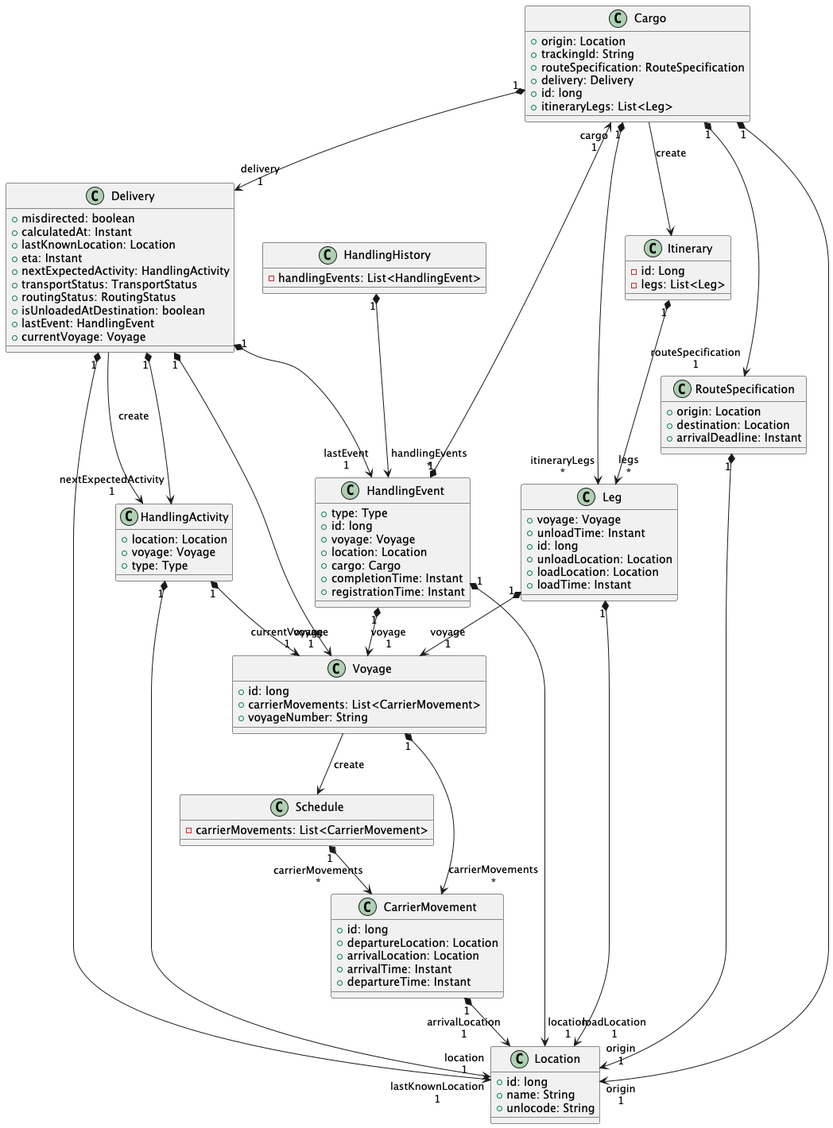
Above: doc/dddsample.png in c5ms/dddsample-core (PlantUML), before the change.
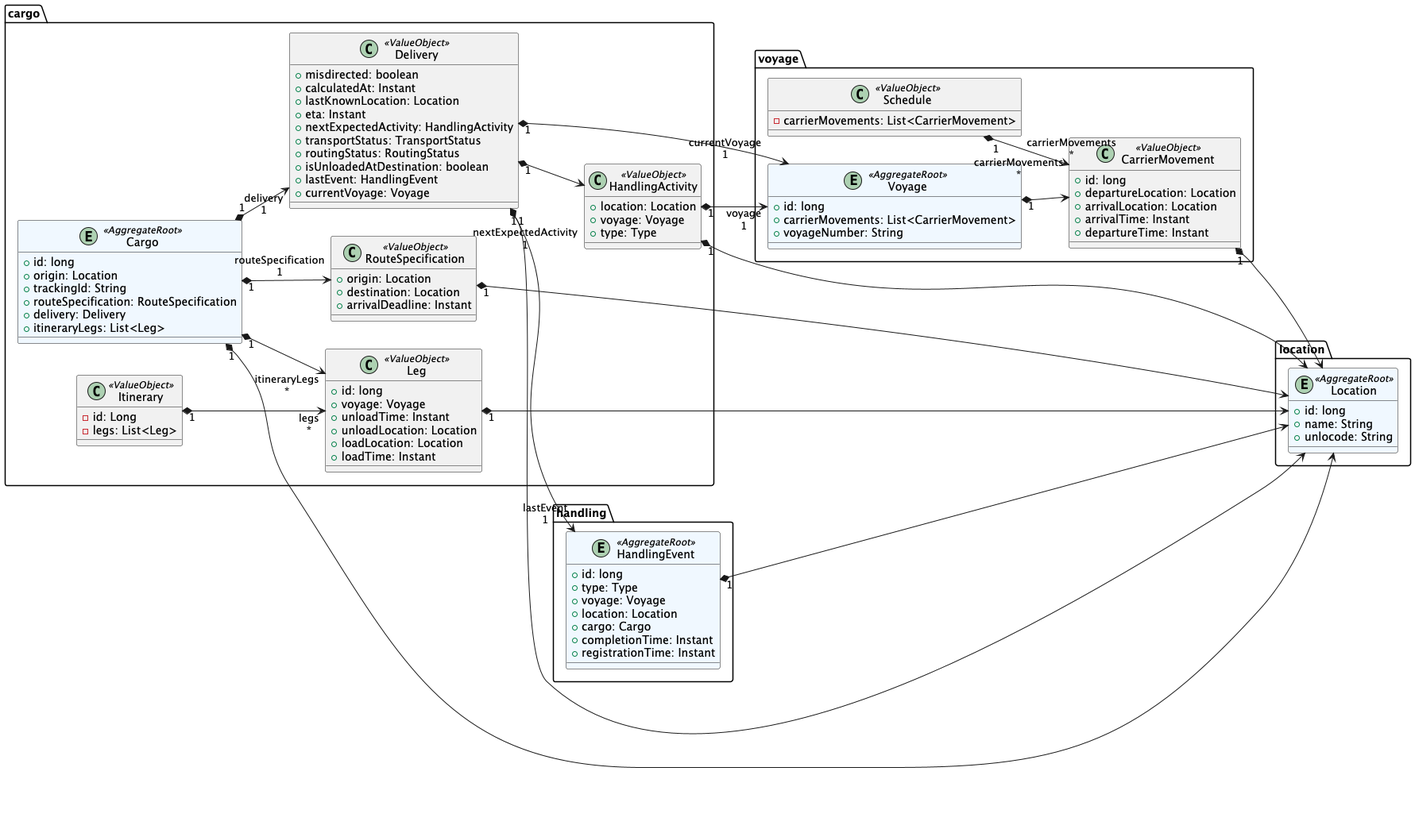
Above is the later version.

Commit message:
temp submit

The edit, as a diff of the source:
```diff
@@ -1,106 +1,125 @@
 @startuml
 
 top to bottom direction
+left to right direction
 
-class Cargo {
-  + origin: Location
-  + trackingId: String
-  + routeSpecification: RouteSpecification
-  + delivery: Delivery
-  + id: long
-  + itineraryLegs: List<Leg>
-}
-class CarrierMovement {
-  + id: long
-  + departureLocation: Location
-  + arrivalLocation: Location
-  + arrivalTime: Instant
-  + departureTime: Instant
-}
-class Delivery {
-  + misdirected: boolean
-  + calculatedAt: Instant
-  + lastKnownLocation: Location
-  + eta: Instant
-  + nextExpectedActivity: HandlingActivity
-  + transportStatus: TransportStatus
-  + routingStatus: RoutingStatus
-  + isUnloadedAtDestination: boolean
-  + lastEvent: HandlingEvent
-  + currentVoyage: Voyage
-}
-class HandlingActivity {
-  + location: Location
-  + voyage: Voyage
-  + type: Type
-}
-class HandlingEvent {
-  + type: Type
-  + id: long
-  + voyage: Voyage
-  + location: Location
-  + cargo: Cargo
-  + completionTime: Instant
-  + registrationTime: Instant
-}
-class HandlingHistory {
-  - handlingEvents: List<HandlingEvent>
-}
-class Itinerary {
-  - id: Long
-  - legs: List<Leg>
-}
-class Leg {
-  + voyage: Voyage
-  + unloadTime: Instant
-  + id: long
-  + unloadLocation: Location
-  + loadLocation: Location
-  + loadTime: Instant
-}
-class RouteSpecification {
-  + origin: Location
-  + destination: Location
-  + arrivalDeadline: Instant
-}
-class Schedule {
-  - carrierMovements: List<CarrierMovement>
+package cargo{
+
+    entity Cargo <<AggregateRoot>> #aliceblue {
+      + id: long
+      + origin: Location
+      + trackingId: String
+      + routeSpecification: RouteSpecification
+      + delivery: Delivery
+      + itineraryLegs: List<Leg>
+    }
+
+    class RouteSpecification  <<ValueObject>>  {
+      + origin: Location
+      + destination: Location
+      + arrivalDeadline: Instant
+    }
+
+
+    class Itinerary <<ValueObject>>  {
+      - id: Long
+      - legs: List<Leg>
+    }
+
+   class Leg   <<ValueObject>> {
+      + id: long
+      + voyage: Voyage
+      + unloadTime: Instant
+      + unloadLocation: Location
+      + loadLocation: Location
+      + loadTime: Instant
+    }
+
+    class Delivery    <<ValueObject>> {
+      + misdirected: boolean
+      + calculatedAt: Instant
+      + lastKnownLocation: Location
+      + eta: Instant
+      + nextExpectedActivity: HandlingActivity
+      + transportStatus: TransportStatus
+      + routingStatus: RoutingStatus
+      + isUnloadedAtDestination: boolean
+      + lastEvent: HandlingEvent
+      + currentVoyage: Voyage
+    }
+
+
+
+  class HandlingActivity    <<ValueObject>> {
+      + location: Location
+      + voyage: Voyage
+      + type: Type
+    }
+
 }
 
-class Location {
-  + id: long
-  + name: String
-  + unlocode: String
+package handling{
+
+    entity HandlingEvent <<AggregateRoot>> #aliceblue {
+      + id: long
+      + type: Type
+      + voyage: Voyage
+      + location: Location
+      + cargo: Cargo
+      + completionTime: Instant
+      + registrationTime: Instant
+    }
+
 }
 
-class Voyage {
-  + id: long
-  + carrierMovements: List<CarrierMovement>
-  + voyageNumber: String
+
+package voyage{
+    entity Voyage  <<AggregateRoot>> #aliceblue {
+      + id: long
+      + carrierMovements: List<CarrierMovement>
+      + voyageNumber: String
+    }
+
+    class CarrierMovement   <<ValueObject>>  {
+      + id: long
+      + departureLocation: Location
+      + arrivalLocation: Location
+      + arrivalTime: Instant
+      + departureTime: Instant
+    }
+
+    class Schedule   <<ValueObject>>  {
+      - carrierMovements: List<CarrierMovement>
+    }
+
 }
 
+package location{
+    entity Location  <<AggregateRoot>> #aliceblue {
+      + id: long
+      + name: String
+      + unlocode: String
+    }
+}
+
+
+
+Cargo              "1" *--> "routeSpecification\n1" RouteSpecification
 Cargo              "1" *--> "delivery\n1" Delivery
-Cargo               -->  Itinerary          : "«create»"
 Cargo              "1" *--> "itineraryLegs\n*" Leg
-Cargo              "1" *--> "origin\n1" Location
-Cargo              "1" *--> "routeSpecification\n1" RouteSpecification
-CarrierMovement    "1" *--> "arrivalLocation\n1" Location
-Delivery            -->  HandlingActivity   : "«create»"
+Cargo              "1" *-->  Location
 Delivery           "1" *--> "nextExpectedActivity\n1" HandlingActivity
+Delivery           "1" *-->  Location
+Delivery           "1" *--> "currentVoyage\n1" Voyage
 Delivery           "1" *--> "lastEvent\n1" HandlingEvent
-Delivery           "1" *--> "lastKnownLocation\n1" Location
-Delivery           "1" *--> "currentVoyage\n1" Voyage
-HandlingActivity   "1" *--> "location\n1" Location
+HandlingActivity   "1" *-->  Location
 HandlingActivity   "1" *--> "voyage\n1" Voyage
-HandlingEvent      "1" *--> "cargo\n1" Cargo
-HandlingEvent      "1" *--> "location\n1" Location
-HandlingEvent      "1" *--> "voyage\n1" Voyage
-HandlingHistory    "1" *--> "handlingEvents\n*" HandlingEvent
 Itinerary          "1" *--> "legs\n*" Leg
-Leg                "1" *--> "loadLocation\n1" Location
-Leg                "1" *--> "voyage\n1" Voyage
-RouteSpecification "1" *--> "origin\n1" Location
+HandlingEvent      "1" *-->  Location
+Leg                "1" *-->  Location
+RouteSpecification "1" *-->  Location
 Schedule           "1" *--> "carrierMovements\n*" CarrierMovement
 Voyage             "1" *--> "carrierMovements\n*" CarrierMovement
-Voyage              -->  Schedule           : "«create»"
+CarrierMovement    "1" *-->  Location
+
 @enduml
```
